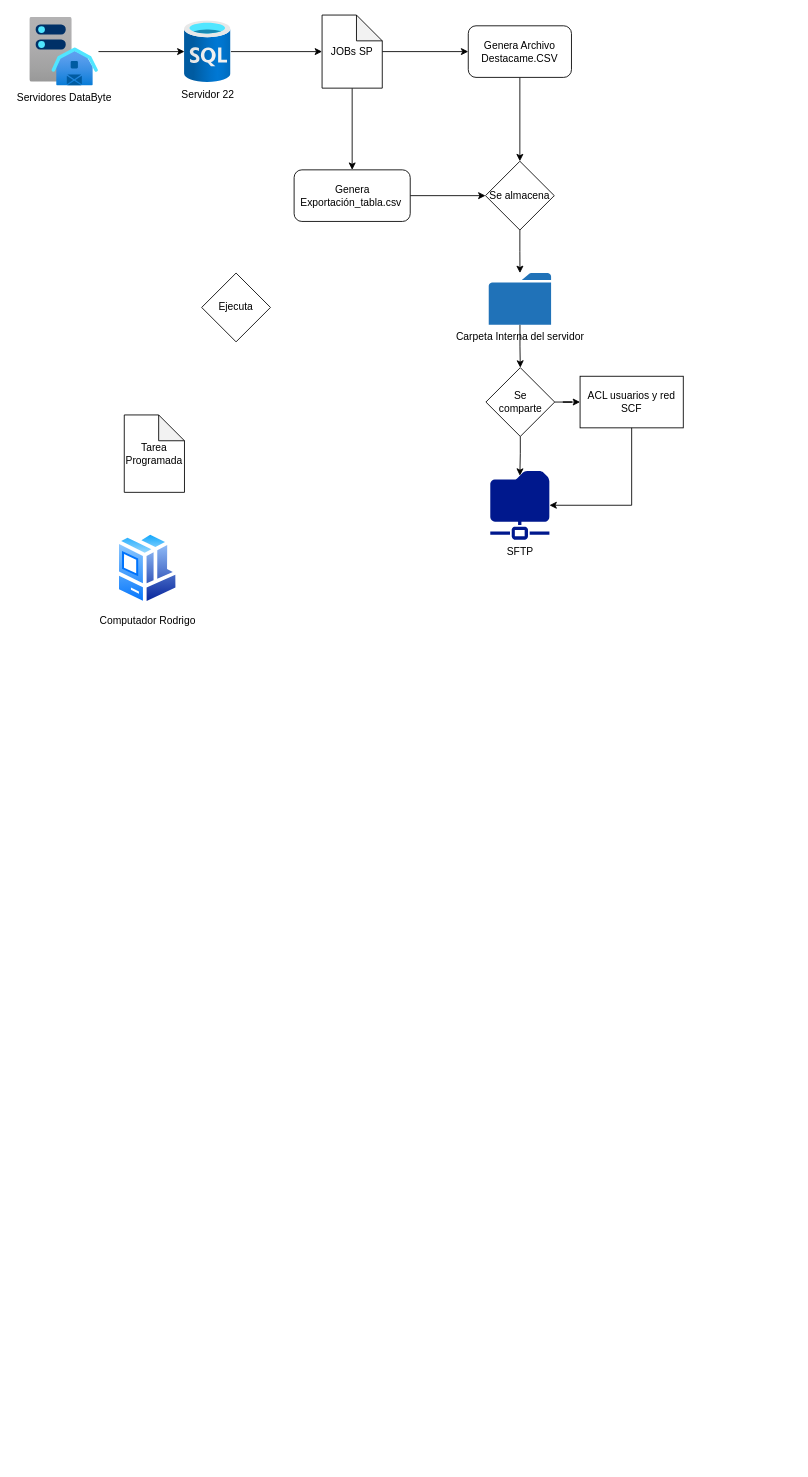
The draw.io diagram Diagrama sin título.drawio in satoshixz/diagrama, before the edit. Source tidied: cells renumbered, new cells numbered last; positions are measured from the earlier drawing's top-left corner, leaving out a move shared by most shapes. Both pictures are drawn from the tidied source at 86%, with x=0, y=0 at pixel (29, 15).
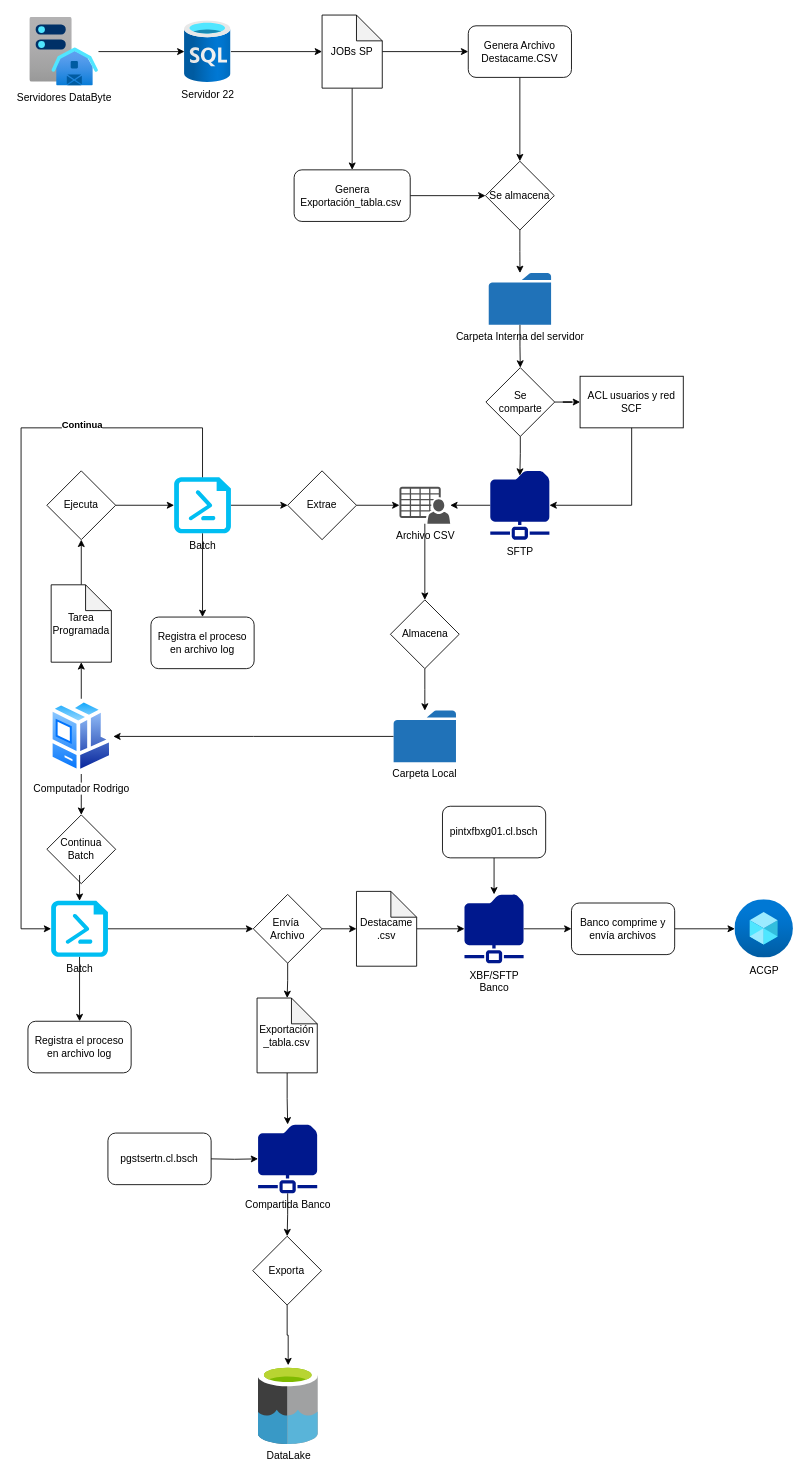
After the change.

The change refers to these unchanged cells:
```xml
<mxCell id="17" value="SFTP" style="sketch=0;shadow=0;dashed=0;html=1;strokeColor=none;labelPosition=center;verticalLabelPosition=bottom;verticalAlign=top;align=center;fillColor=#00188D;shape=mxgraph.mscae.enterprise.shared_folder;" parent="1" vertex="1">
  <mxGeometry x="535.6" y="530" width="68.8" height="80" as="geometry" />
</mxCell>
```

Change to the diagram source:
```diff
@@
+    <mxCell id="26" style="edgeStyle=orthogonalEdgeStyle;rounded=0;jettySize=auto;html=1;" parent="1" edge="1" source="17" target="37">
+      <mxGeometry relative="1" as="geometry" />
+    </mxCell>
@@
+    <mxCell id="27" style="edgeStyle=orthogonalEdgeStyle;rounded=0;jettySize=auto;html=1;" parent="1" edge="1" source="23" target="25">
+      <mxGeometry relative="1" as="geometry" />
+    </mxCell>
+    <mxCell id="28" style="edgeStyle=orthogonalEdgeStyle;rounded=0;jettySize=auto;html=1;" parent="1" edge="1" source="23" target="47">
+      <mxGeometry relative="1" as="geometry" />
+    </mxCell>
     <mxCell id="23" value="Computador Rodrigo" style="image;perimeter=ellipsePerimeter;html=1;align=center;shadow=0;dashed=0;spacingTop=3;image=img/lib/active_directory/workstation_client.svg;" parent="1" vertex="1">
-      <mxGeometry x="100" y="600" width="74.4" height="87.5" as="geometry" />
+      <mxGeometry x="22.8" y="795" width="74.4" height="87.5" as="geometry" />
     </mxCell>
+    <mxCell id="29" style="edgeStyle=orthogonalEdgeStyle;rounded=0;jettySize=auto;html=1;" parent="1" edge="1" source="24" target="35">
+      <mxGeometry relative="1" as="geometry" />
+    </mxCell>
     <mxCell id="24" value="Ejecuta" style="rhombus;whiteSpace=wrap;html=1;" parent="1" vertex="1">
-      <mxGeometry x="200" y="300" width="80" height="80" as="geometry" />
+      <mxGeometry x="20" y="530" width="80" height="80" as="geometry" />
     </mxCell>
+    <mxCell id="30" style="edgeStyle=orthogonalEdgeStyle;rounded=0;jettySize=auto;html=1;" parent="1" edge="1" source="25" target="24">
+      <mxGeometry relative="1" as="geometry" />
+    </mxCell>
     <mxCell id="25" value="Tarea Programada" style="shape=note;whiteSpace=wrap;html=1;backgroundOutline=1;darkOpacity=0.05;" parent="1" vertex="1">
-      <mxGeometry x="110" y="465" width="70" height="90" as="geometry" />
+      <mxGeometry x="25" y="662.5" width="70" height="90" as="geometry" />
     </mxCell>
+    <mxCell id="31" style="edgeStyle=orthogonalEdgeStyle;rounded=0;jettySize=auto;html=1;" parent="1" edge="1" source="32" target="37">
+      <mxGeometry relative="1" as="geometry" />
+    </mxCell>
+    <mxCell id="32" value="Extrae" style="rhombus;whiteSpace=wrap;html=1;" parent="1" vertex="1">
+      <mxGeometry x="300" y="530" width="80" height="80" as="geometry" />
+    </mxCell>
+    <mxCell id="33" style="edgeStyle=orthogonalEdgeStyle;rounded=0;jettySize=auto;html=1;" parent="1" edge="1" source="35" target="32">
+      <mxGeometry relative="1" as="geometry" />
+    </mxCell>
+    <mxCell id="34" style="edgeStyle=orthogonalEdgeStyle;rounded=0;jettySize=auto;html=1;" parent="1" edge="1" source="35" target="49">
+      <mxGeometry relative="1" as="geometry" />
+    </mxCell>
+    <mxCell id="35" value="Batch" style="verticalLabelPosition=bottom;html=1;verticalAlign=top;align=center;strokeColor=none;fillColor=#00BEF2;shape=mxgraph.azure.powershell_file;" parent="1" vertex="1">
+      <mxGeometry x="168" y="537.5" width="66" height="65" as="geometry" />
+    </mxCell>
+    <mxCell id="36" style="edgeStyle=orthogonalEdgeStyle;rounded=0;jettySize=auto;html=1;" parent="1" edge="1" source="37" target="39">
+      <mxGeometry relative="1" as="geometry" />
+    </mxCell>
+    <mxCell id="37" value="Archivo CSV" style="sketch=0;shadow=0;dashed=0;html=1;strokeColor=none;fillColor=#505050;labelPosition=center;verticalLabelPosition=bottom;verticalAlign=top;outlineConnect=0;align=center;shape=mxgraph.office.users.csv_file;" parent="1" vertex="1">
+      <mxGeometry x="430" y="548.5" width="59" height="43" as="geometry" />
+    </mxCell>
+    <mxCell id="38" style="edgeStyle=orthogonalEdgeStyle;rounded=0;jettySize=auto;html=1;" parent="1" edge="1" source="39" target="41">
+      <mxGeometry relative="1" as="geometry" />
+    </mxCell>
+    <mxCell id="39" value="Almacena" style="rhombus;whiteSpace=wrap;html=1;" parent="1" vertex="1">
+      <mxGeometry x="419.5" y="680" width="80" height="80" as="geometry" />
+    </mxCell>
+    <mxCell id="40" style="edgeStyle=orthogonalEdgeStyle;rounded=0;jettySize=auto;html=1;" parent="1" edge="1" source="41" target="23">
+      <mxGeometry relative="1" as="geometry" />
+    </mxCell>
+    <mxCell id="41" value="Carpeta Local" style="sketch=0;shadow=0;dashed=0;html=1;strokeColor=none;labelPosition=center;verticalLabelPosition=bottom;verticalAlign=top;outlineConnect=0;align=center;shape=mxgraph.office.concepts.folder;fillColor=#2072B8;" parent="1" vertex="1">
+      <mxGeometry x="423.2" y="808.8" width="72.5" height="60" as="geometry" />
+    </mxCell>
+    <mxCell id="42" style="edgeStyle=orthogonalEdgeStyle;rounded=0;jettySize=auto;html=1;" parent="1" edge="1" source="44" target="52">
+      <mxGeometry relative="1" as="geometry" />
+    </mxCell>
+    <mxCell id="43" style="edgeStyle=orthogonalEdgeStyle;rounded=0;jettySize=auto;html=1;entryX=0.5;entryY=0;entryDx=0;entryDy=0;" parent="1" edge="1" source="44" target="50">
+      <mxGeometry relative="1" as="geometry" />
+    </mxCell>
+    <mxCell id="44" value="Batch" style="verticalLabelPosition=bottom;html=1;verticalAlign=top;align=center;strokeColor=none;fillColor=#00BEF2;shape=mxgraph.azure.powershell_file;" parent="1" vertex="1">
+      <mxGeometry x="25" y="1030" width="66" height="65" as="geometry" />
+    </mxCell>
+    <mxCell id="45" style="edgeStyle=orthogonalEdgeStyle;rounded=0;jettySize=auto;html=1;entryX=0;entryY=0.5;entryDx=0;entryDy=0;entryPerimeter=0;exitX=0.5;exitY=0;exitDx=0;exitDy=0;exitPerimeter=0;" parent="1" edge="1" source="35" target="44">
+      <mxGeometry relative="1" as="geometry">
+        <Array as="points">
+          <mxPoint x="201" y="480" />
+          <mxPoint x="-10" y="480" />
+          <mxPoint x="-10" y="1063" />
+        </Array>
+      </mxGeometry>
+    </mxCell>
+    <mxCell id="46" value="&lt;b&gt;Continua&lt;/b&gt;" style="edgeLabel;html=1;align=center;verticalAlign=middle;" parent="45" vertex="1">
+      <mxGeometry x="-0.55" y="-4" relative="1" as="geometry">
+        <mxPoint x="1" as="offset" />
+      </mxGeometry>
+    </mxCell>
+    <mxCell id="47" value="Continua Batch" style="rhombus;whiteSpace=wrap;html=1;" parent="1" vertex="1">
+      <mxGeometry x="20" y="930" width="80" height="80" as="geometry" />
+    </mxCell>
+    <mxCell id="48" style="edgeStyle=orthogonalEdgeStyle;rounded=0;jettySize=auto;html=1;entryX=0.5;entryY=0;entryDx=0;entryDy=0;entryPerimeter=0;" parent="1" edge="1" target="44">
+      <mxGeometry relative="1" as="geometry">
+        <mxPoint x="58" y="1000" as="sourcePoint" />
+      </mxGeometry>
+    </mxCell>
+    <mxCell id="49" value="Registra el proceso en archivo log" style="rounded=1;whiteSpace=wrap;html=1;" parent="1" vertex="1">
+      <mxGeometry x="141" y="700" width="120" height="60" as="geometry" />
+    </mxCell>
+    <mxCell id="50" value="Registra el proceso en archivo log" style="rounded=1;whiteSpace=wrap;html=1;" parent="1" vertex="1">
+      <mxGeometry x="-2" y="1170" width="120" height="60" as="geometry" />
+    </mxCell>
+    <mxCell id="51" style="edgeStyle=orthogonalEdgeStyle;rounded=0;jettySize=auto;html=1;" parent="1" edge="1" source="52" target="62">
+      <mxGeometry relative="1" as="geometry" />
+    </mxCell>
+    <mxCell id="52" value="Envía&amp;nbsp;&lt;div&gt;Archivo&lt;/div&gt;" style="rhombus;whiteSpace=wrap;html=1;" parent="1" vertex="1">
+      <mxGeometry x="260" y="1022.5" width="80" height="80" as="geometry" />
+    </mxCell>
+    <mxCell id="53" style="edgeStyle=orthogonalEdgeStyle;rounded=0;jettySize=auto;html=1;" parent="1" edge="1" source="54" target="67">
+      <mxGeometry relative="1" as="geometry" />
+    </mxCell>
+    <mxCell id="54" value="XBF/SFTP&lt;br&gt;Banco" style="sketch=0;shadow=0;dashed=0;html=1;strokeColor=none;labelPosition=center;verticalLabelPosition=bottom;verticalAlign=top;align=center;fillColor=#00188D;shape=mxgraph.mscae.enterprise.shared_folder;" parent="1" vertex="1">
+      <mxGeometry x="505.6" y="1022.5" width="68.8" height="80" as="geometry" />
+    </mxCell>
+    <mxCell id="55" style="edgeStyle=orthogonalEdgeStyle;rounded=0;jettySize=auto;html=1;" parent="1" edge="1" source="56" target="71">
+      <mxGeometry relative="1" as="geometry" />
+    </mxCell>
+    <mxCell id="56" value="Compartida Banco" style="sketch=0;shadow=0;dashed=0;html=1;strokeColor=none;labelPosition=center;verticalLabelPosition=bottom;verticalAlign=top;align=center;fillColor=#00188D;shape=mxgraph.mscae.enterprise.shared_folder;" parent="1" vertex="1">
+      <mxGeometry x="265.6" y="1290" width="68.8" height="80" as="geometry" />
+    </mxCell>
+    <mxCell id="57" style="edgeStyle=orthogonalEdgeStyle;rounded=0;jettySize=auto;html=1;" parent="1" edge="1" target="56">
+      <mxGeometry relative="1" as="geometry">
+        <mxPoint x="210" y="1330" as="sourcePoint" />
+      </mxGeometry>
+    </mxCell>
+    <mxCell id="58" value="&lt;div&gt;&lt;span style=&quot;background-color: initial;&quot;&gt;pgstsertn.cl.bsch&lt;/span&gt;&lt;br&gt;&lt;/div&gt;" style="rounded=1;whiteSpace=wrap;html=1;" parent="1" vertex="1">
+      <mxGeometry x="91" y="1300" width="120" height="60" as="geometry" />
+    </mxCell>
+    <mxCell id="59" style="edgeStyle=orthogonalEdgeStyle;rounded=0;jettySize=auto;html=1;" parent="1" edge="1" source="60" target="54">
+      <mxGeometry relative="1" as="geometry" />
+    </mxCell>
+    <mxCell id="60" value="pintxfbxg01.cl.bsch" style="rounded=1;whiteSpace=wrap;html=1;" parent="1" vertex="1">
+      <mxGeometry x="480" y="920" width="120" height="60" as="geometry" />
+    </mxCell>
+    <mxCell id="61" style="edgeStyle=orthogonalEdgeStyle;rounded=0;jettySize=auto;html=1;" parent="1" edge="1" source="62" target="54">
+      <mxGeometry relative="1" as="geometry" />
+    </mxCell>
+    <mxCell id="62" value="Destacame&lt;div&gt;.csv&lt;/div&gt;" style="shape=note;whiteSpace=wrap;html=1;backgroundOutline=1;darkOpacity=0.05;" parent="1" vertex="1">
+      <mxGeometry x="380" y="1019" width="70" height="87" as="geometry" />
+    </mxCell>
+    <mxCell id="63" style="edgeStyle=orthogonalEdgeStyle;rounded=0;jettySize=auto;html=1;" parent="1" edge="1" source="64" target="56">
+      <mxGeometry relative="1" as="geometry" />
+    </mxCell>
+    <mxCell id="64" value="Exportación&lt;br&gt;_tabla.csv" style="shape=note;whiteSpace=wrap;html=1;backgroundOutline=1;darkOpacity=0.05;" parent="1" vertex="1">
+      <mxGeometry x="264.4" y="1143" width="70" height="87" as="geometry" />
+    </mxCell>
+    <mxCell id="65" style="edgeStyle=orthogonalEdgeStyle;rounded=0;jettySize=auto;html=1;entryX=0.5;entryY=0;entryDx=0;entryDy=0;entryPerimeter=0;" parent="1" edge="1" source="52" target="64">
+      <mxGeometry relative="1" as="geometry" />
+    </mxCell>
+    <mxCell id="66" style="edgeStyle=orthogonalEdgeStyle;rounded=0;jettySize=auto;html=1;" parent="1" edge="1" source="67" target="68">
+      <mxGeometry relative="1" as="geometry" />
+    </mxCell>
+    <mxCell id="67" value="Banco comprime y envía archivos" style="rounded=1;whiteSpace=wrap;html=1;" parent="1" vertex="1">
+      <mxGeometry x="630" y="1032.5" width="120" height="60" as="geometry" />
+    </mxCell>
+    <mxCell id="68" value="ACGP" style="image;html=1;points=[];align=center;fontSize=12;image=img/lib/azure2/compute/Host_Pools.svg;" parent="1" vertex="1">
+      <mxGeometry x="820" y="1028.5" width="68" height="68" as="geometry" />
+    </mxCell>
+    <mxCell id="69" value="DataLake" style="image;sketch=0;html=1;points=[];align=center;fontSize=12;image=img/lib/mscae/Data_Lake.svg;" parent="1" vertex="1">
+      <mxGeometry x="265.6" y="1570" width="70" height="92.1" as="geometry" />
+    </mxCell>
+    <mxCell id="70" style="edgeStyle=orthogonalEdgeStyle;rounded=0;jettySize=auto;html=1;" parent="1" edge="1" source="71" target="69">
+      <mxGeometry relative="1" as="geometry" />
+    </mxCell>
+    <mxCell id="71" value="Exporta" style="rhombus;whiteSpace=wrap;html=1;" parent="1" vertex="1">
+      <mxGeometry x="259.4" y="1420" width="80" height="80" as="geometry" />
+    </mxCell>
```
